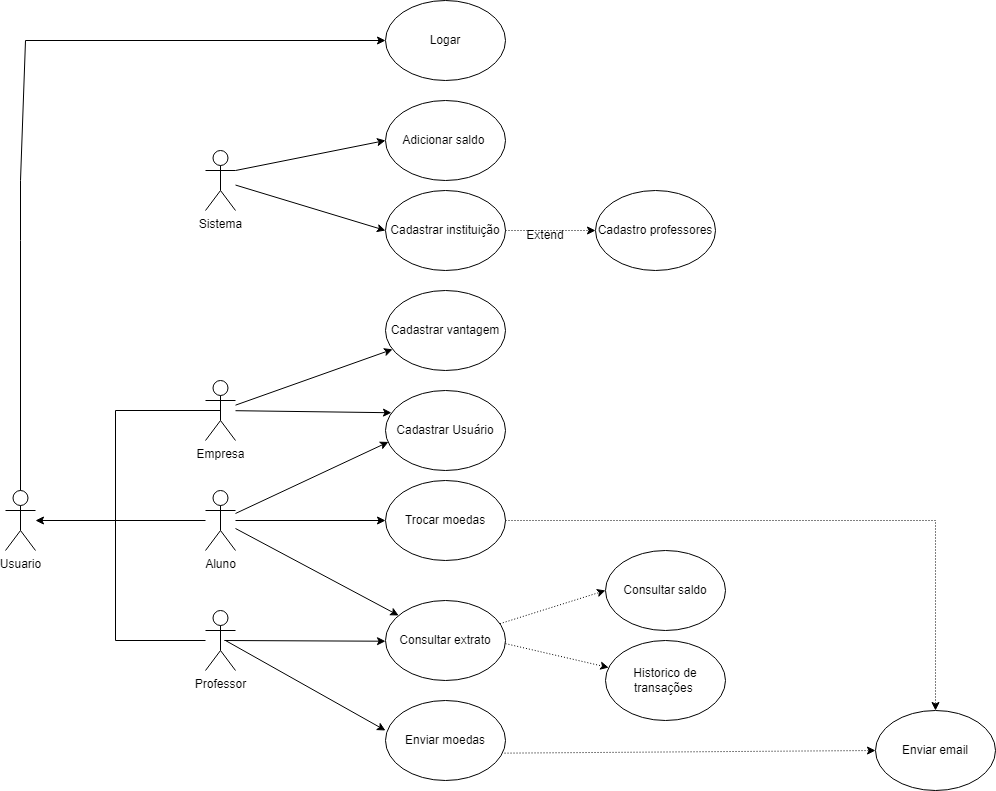
Before: Laboratório 03 - Sistema de Moeda Estudantil/projeto/Casos de uso lab3.png, a diagram exported from draw.io (jullysilva/Lab-Project-Software). Source tidied: cells renumbered, new cells last; positions are measured from the earlier drawing's top-left corner, leaving out a move shared by most shapes. The source it was exported from:
```xml
<mxGraphModel>
  <root>
    <mxCell id="0" />
    <mxCell id="1" parent="0" />
    <mxCell id="2" value="Aluno" style="shape=umlActor;verticalLabelPosition=bottom;verticalAlign=top;html=1;outlineConnect=0;" parent="1" vertex="1">
      <mxGeometry x="200" y="490" width="30" height="60" as="geometry" />
    </mxCell>
    <mxCell id="3" value="Professor" style="shape=umlActor;verticalLabelPosition=bottom;verticalAlign=top;html=1;outlineConnect=0;" parent="1" vertex="1">
      <mxGeometry x="200" y="610" width="30" height="60" as="geometry" />
    </mxCell>
    <mxCell id="4" value="Empresa" style="shape=umlActor;verticalLabelPosition=bottom;verticalAlign=top;html=1;outlineConnect=0;" parent="1" vertex="1">
      <mxGeometry x="200" y="380" width="30" height="60" as="geometry" />
    </mxCell>
    <mxCell id="5" value="Cadastrar Usuário" style="ellipse;whiteSpace=wrap;html=1;" parent="1" vertex="1">
      <mxGeometry x="380" y="390" width="120" height="80" as="geometry" />
    </mxCell>
    <mxCell id="6" value="Enviar moedas" style="ellipse;whiteSpace=wrap;html=1;" parent="1" vertex="1">
      <mxGeometry x="380" y="700" width="120" height="80" as="geometry" />
    </mxCell>
    <mxCell id="7" value="Cadastrar instituição" style="ellipse;whiteSpace=wrap;html=1;" parent="1" vertex="1">
      <mxGeometry x="380" y="190" width="120" height="80" as="geometry" />
    </mxCell>
    <mxCell id="8" value="Enviar email" style="ellipse;whiteSpace=wrap;html=1;" parent="1" vertex="1">
      <mxGeometry x="870" y="710" width="120" height="80" as="geometry" />
    </mxCell>
    <mxCell id="9" value="Consultar extrato" style="ellipse;whiteSpace=wrap;html=1;" parent="1" vertex="1">
      <mxGeometry x="380" y="600" width="120" height="80" as="geometry" />
    </mxCell>
    <mxCell id="10" value="Consultar saldo" style="ellipse;whiteSpace=wrap;html=1;" parent="1" vertex="1">
      <mxGeometry x="600" y="550" width="120" height="80" as="geometry" />
    </mxCell>
    <mxCell id="11" value="Historico de transações&amp;nbsp;" style="ellipse;whiteSpace=wrap;html=1;" parent="1" vertex="1">
      <mxGeometry x="600" y="640" width="120" height="80" as="geometry" />
    </mxCell>
    <mxCell id="12" style="endArrow=classic;html=1;rounded=0;entryX=0;entryY=0.5;entryDx=0;entryDy=0;dashed=1;dashPattern=1 2;" parent="1" edge="1" source="9" target="10">
      <mxGeometry relative="1" as="geometry" />
    </mxCell>
    <mxCell id="13" style="endArrow=classic;html=1;rounded=0;dashed=1;dashPattern=1 2;" parent="1" edge="1" target="11">
      <mxGeometry relative="1" as="geometry">
        <mxPoint x="500" y="643.1" as="sourcePoint" />
      </mxGeometry>
    </mxCell>
    <mxCell id="14" style="endArrow=classic;html=1;rounded=0;entryX=0.025;entryY=0.643;entryDx=0;entryDy=0;entryPerimeter=0;" parent="1" edge="1" source="2" target="5">
      <mxGeometry relative="1" as="geometry" />
    </mxCell>
    <mxCell id="15" style="endArrow=classic;html=1;rounded=0;" parent="1" edge="1" source="2" target="9">
      <mxGeometry relative="1" as="geometry" />
    </mxCell>
    <mxCell id="16" style="endArrow=classic;html=1;rounded=0;entryX=0.01;entryY=0.385;entryDx=0;entryDy=0;entryPerimeter=0;" parent="1" edge="1">
      <mxGeometry relative="1" as="geometry">
        <mxPoint x="218.8" y="640" as="sourcePoint" />
        <mxPoint x="380" y="640.7" as="targetPoint" />
      </mxGeometry>
    </mxCell>
    <mxCell id="17" value="Trocar moedas" style="ellipse;whiteSpace=wrap;html=1;" parent="1" vertex="1">
      <mxGeometry x="380" y="480" width="120" height="80" as="geometry" />
    </mxCell>
    <mxCell id="18" style="endArrow=classic;html=1;rounded=0;" parent="1" edge="1" source="2" target="17">
      <mxGeometry relative="1" as="geometry" />
    </mxCell>
    <mxCell id="19" value="Sistema" style="shape=umlActor;verticalLabelPosition=bottom;verticalAlign=top;html=1;outlineConnect=0;" parent="1" vertex="1">
      <mxGeometry x="200" y="150" width="30" height="60" as="geometry" />
    </mxCell>
    <mxCell id="20" style="endArrow=classic;html=1;rounded=0;entryX=0.05;entryY=0.278;entryDx=0;entryDy=0;entryPerimeter=0;" parent="1" edge="1" source="4" target="5">
      <mxGeometry relative="1" as="geometry" />
    </mxCell>
    <mxCell id="21" value="Usuario" style="shape=umlActor;verticalLabelPosition=bottom;verticalAlign=top;html=1;outlineConnect=0;" parent="1" vertex="1">
      <mxGeometry y="490" width="30" height="60" as="geometry" />
    </mxCell>
    <mxCell id="22" value="Logar" style="ellipse;whiteSpace=wrap;html=1;" parent="1" vertex="1">
      <mxGeometry x="380" width="120" height="80" as="geometry" />
    </mxCell>
    <mxCell id="23" style="endArrow=classic;html=1;rounded=0;entryX=0;entryY=0.5;entryDx=0;entryDy=0;exitX=0.5;exitY=0;exitDx=0;exitDy=0;exitPerimeter=0;" parent="1" edge="1" source="21" target="22">
      <mxGeometry relative="1" as="geometry">
        <Array as="points">
          <mxPoint x="15" y="240" />
          <mxPoint x="15" y="180" />
          <mxPoint x="20" y="40" />
        </Array>
      </mxGeometry>
    </mxCell>
    <mxCell id="24" style="endArrow=none;html=1;rounded=0;" parent="1" edge="1">
      <mxGeometry relative="1" as="geometry">
        <mxPoint x="110" y="640" as="sourcePoint" />
        <mxPoint x="110" y="410" as="targetPoint" />
      </mxGeometry>
    </mxCell>
    <mxCell id="25" style="endArrow=none;html=1;rounded=0;" parent="1" edge="1" target="3">
      <mxGeometry relative="1" as="geometry">
        <mxPoint x="110" y="640" as="sourcePoint" />
      </mxGeometry>
    </mxCell>
    <mxCell id="26" style="endArrow=classic;html=1;rounded=0;" parent="1" edge="1" target="21">
      <mxGeometry relative="1" as="geometry">
        <mxPoint x="110" y="520" as="sourcePoint" />
      </mxGeometry>
    </mxCell>
    <mxCell id="27" style="endArrow=none;html=1;rounded=0;" parent="1" edge="1" target="2">
      <mxGeometry relative="1" as="geometry">
        <mxPoint x="110" y="520" as="sourcePoint" />
      </mxGeometry>
    </mxCell>
    <mxCell id="28" style="endArrow=none;html=1;rounded=0;entryX=0.5;entryY=0.5;entryDx=0;entryDy=0;entryPerimeter=0;" parent="1" edge="1" target="4">
      <mxGeometry relative="1" as="geometry">
        <mxPoint x="110" y="410" as="sourcePoint" />
      </mxGeometry>
    </mxCell>
    <mxCell id="29" style="endArrow=classic;html=1;rounded=0;entryX=0;entryY=0.375;entryDx=0;entryDy=0;entryPerimeter=0;" parent="1" edge="1" target="6">
      <mxGeometry relative="1" as="geometry">
        <mxPoint x="220" y="640" as="sourcePoint" />
      </mxGeometry>
    </mxCell>
    <mxCell id="30" style="endArrow=classic;html=1;rounded=0;entryX=0;entryY=0.5;entryDx=0;entryDy=0;dashed=1;dashPattern=1 2;exitX=0.992;exitY=0.658;exitDx=0;exitDy=0;exitPerimeter=0;" parent="1" edge="1" source="6" target="8">
      <mxGeometry relative="1" as="geometry" />
    </mxCell>
    <mxCell id="31" value="Cadastro professores" style="ellipse;whiteSpace=wrap;html=1;" parent="1" vertex="1">
      <mxGeometry x="590" y="190" width="120" height="80" as="geometry" />
    </mxCell>
    <mxCell id="32" style="endArrow=classic;html=1;rounded=0;dashed=1;dashPattern=1 2;entryX=0;entryY=0.5;entryDx=0;entryDy=0;exitX=1;exitY=0.5;exitDx=0;exitDy=0;" parent="1" edge="1" source="7" target="31">
      <mxGeometry relative="1" as="geometry" />
    </mxCell>
    <mxCell id="33" value="Extend" style="text;html=1;strokeColor=none;fillColor=none;align=center;verticalAlign=middle;whiteSpace=wrap;rounded=0;" parent="1" vertex="1">
      <mxGeometry x="510" y="220" width="60" height="30" as="geometry" />
    </mxCell>
    <mxCell id="34" style="endArrow=classic;html=1;rounded=0;entryX=0;entryY=0.5;entryDx=0;entryDy=0;" parent="1" edge="1" source="19" target="7">
      <mxGeometry relative="1" as="geometry" />
    </mxCell>
    <mxCell id="35" value="Adicionar saldo&amp;nbsp;" style="ellipse;whiteSpace=wrap;html=1;" parent="1" vertex="1">
      <mxGeometry x="380" y="100" width="120" height="80" as="geometry" />
    </mxCell>
    <mxCell id="36" style="endArrow=classic;html=1;rounded=0;entryX=0;entryY=0.5;entryDx=0;entryDy=0;exitX=1;exitY=0.3333333333333333;exitDx=0;exitDy=0;exitPerimeter=0;" parent="1" edge="1" source="19" target="35">
      <mxGeometry relative="1" as="geometry" />
    </mxCell>
    <mxCell id="37" value="Cadastrar vantagem" style="ellipse;whiteSpace=wrap;html=1;" parent="1" vertex="1">
      <mxGeometry x="380" y="290" width="120" height="80" as="geometry" />
    </mxCell>
    <mxCell id="38" style="endArrow=classic;html=1;rounded=0;" parent="1" edge="1" source="4" target="37">
      <mxGeometry relative="1" as="geometry" />
    </mxCell>
    <mxCell id="39" style="endArrow=classic;html=1;rounded=0;entryX=0.5;entryY=0;entryDx=0;entryDy=0;dashed=1;dashPattern=1 2;" parent="1" edge="1" target="8">
      <mxGeometry relative="1" as="geometry">
        <mxPoint x="500" y="520" as="sourcePoint" />
        <Array as="points">
          <mxPoint x="930" y="520" />
        </Array>
      </mxGeometry>
    </mxCell>
  </root>
</mxGraphModel>
```
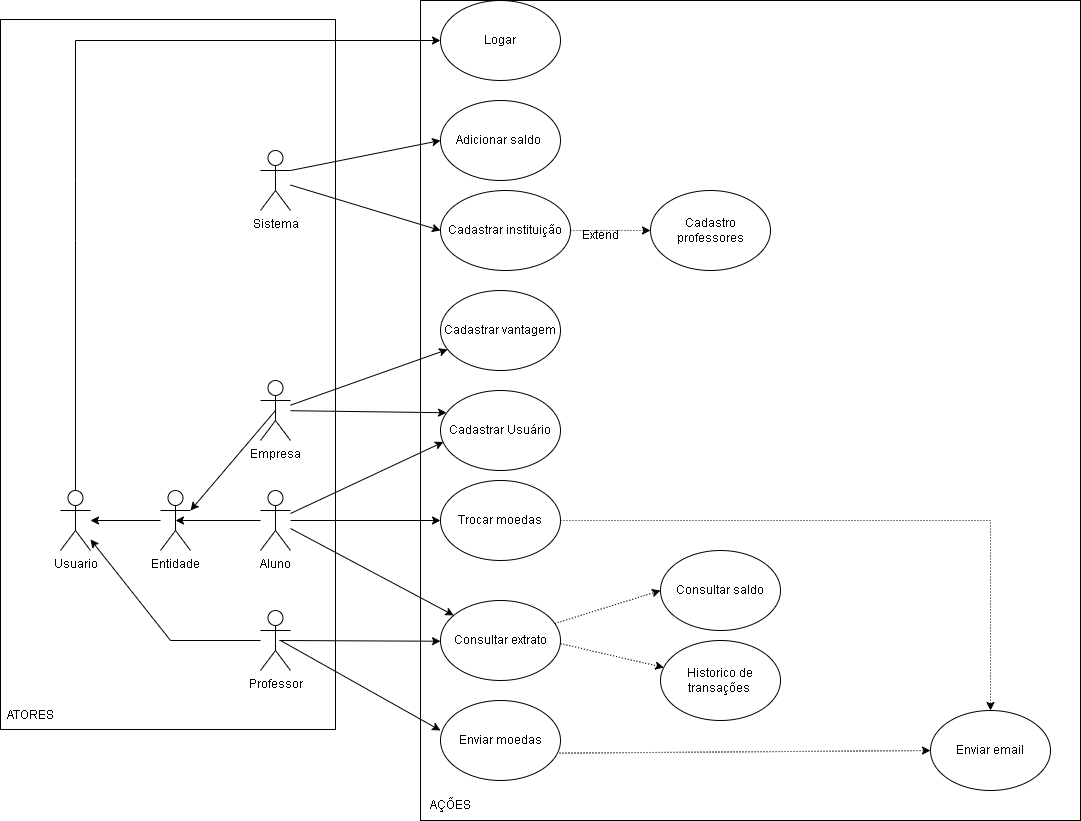
The same diagram one commit later.

Diff of the diagram source:
```diff
@@ -18,7 +18,7 @@
       <mxGeometry x="380" y="700" width="120" height="80" as="geometry" />
     </mxCell>
     <mxCell id="7" value="Cadastrar instituição" style="ellipse;whiteSpace=wrap;html=1;" parent="1" vertex="1">
-      <mxGeometry x="380" y="190" width="120" height="80" as="geometry" />
+      <mxGeometry x="380" y="190" width="130" height="80" as="geometry" />
     </mxCell>
     <mxCell id="8" value="Enviar email" style="ellipse;whiteSpace=wrap;html=1;" parent="1" vertex="1">
       <mxGeometry x="870" y="710" width="120" height="80" as="geometry" />
@@ -35,23 +35,23 @@
     <mxCell id="12" style="endArrow=classic;html=1;rounded=0;entryX=0;entryY=0.5;entryDx=0;entryDy=0;dashed=1;dashPattern=1 2;" parent="1" edge="1" source="9" target="10">
       <mxGeometry relative="1" as="geometry" />
     </mxCell>
-    <mxCell id="13" style="endArrow=classic;html=1;rounded=0;dashed=1;dashPattern=1 2;" parent="1" edge="1" target="11">
-      <mxGeometry relative="1" as="geometry">
-        <mxPoint x="500" y="643.1" as="sourcePoint" />
-      </mxGeometry>
-    </mxCell>
+    <mxCell id="40" style="endArrow=classic;html=1;rounded=0;dashed=1;dashPattern=1 2;" parent="1" edge="1" target="11">
+      <mxGeometry relative="1" as="geometry">
+        <mxPoint x="500" y="643.1" as="sourcePoint" />
+      </mxGeometry>
+    </mxCell>
     <mxCell id="14" style="endArrow=classic;html=1;rounded=0;entryX=0.025;entryY=0.643;entryDx=0;entryDy=0;entryPerimeter=0;" parent="1" edge="1" source="2" target="5">
       <mxGeometry relative="1" as="geometry" />
     </mxCell>
     <mxCell id="15" style="endArrow=classic;html=1;rounded=0;" parent="1" edge="1" source="2" target="9">
       <mxGeometry relative="1" as="geometry" />
     </mxCell>
-    <mxCell id="16" style="endArrow=classic;html=1;rounded=0;entryX=0.01;entryY=0.385;entryDx=0;entryDy=0;entryPerimeter=0;" parent="1" edge="1">
-      <mxGeometry relative="1" as="geometry">
-        <mxPoint x="218.8" y="640" as="sourcePoint" />
-        <mxPoint x="380" y="640.7" as="targetPoint" />
-      </mxGeometry>
-    </mxCell>
+    <mxCell id="41" style="endArrow=classic;html=1;rounded=0;entryX=0.01;entryY=0.385;entryDx=0;entryDy=0;entryPerimeter=0;" parent="1" edge="1">
+      <mxGeometry relative="1" as="geometry">
+        <mxPoint x="218.8" y="640" as="sourcePoint" />
+        <mxPoint x="380" y="640.7" as="targetPoint" />
+      </mxGeometry>
+    </mxCell>
     <mxCell id="17" value="Trocar moedas" style="ellipse;whiteSpace=wrap;html=1;" parent="1" vertex="1">
       <mxGeometry x="380" y="480" width="120" height="80" as="geometry" />
     </mxCell>
@@ -75,41 +75,23 @@
         <Array as="points">
           <mxPoint x="15" y="240" />
           <mxPoint x="15" y="180" />
-          <mxPoint x="20" y="40" />
+          <mxPoint x="15" y="40" />
         </Array>
       </mxGeometry>
     </mxCell>
-    <mxCell id="24" style="endArrow=none;html=1;rounded=0;" parent="1" edge="1">
-      <mxGeometry relative="1" as="geometry">
-        <mxPoint x="110" y="640" as="sourcePoint" />
-        <mxPoint x="110" y="410" as="targetPoint" />
-      </mxGeometry>
-    </mxCell>
-    <mxCell id="25" style="endArrow=none;html=1;rounded=0;" parent="1" edge="1" target="3">
-      <mxGeometry relative="1" as="geometry">
-        <mxPoint x="110" y="640" as="sourcePoint" />
-      </mxGeometry>
-    </mxCell>
-    <mxCell id="26" style="endArrow=classic;html=1;rounded=0;" parent="1" edge="1" target="21">
-      <mxGeometry relative="1" as="geometry">
-        <mxPoint x="110" y="520" as="sourcePoint" />
-      </mxGeometry>
-    </mxCell>
-    <mxCell id="27" style="endArrow=none;html=1;rounded=0;" parent="1" edge="1" target="2">
-      <mxGeometry relative="1" as="geometry">
-        <mxPoint x="110" y="520" as="sourcePoint" />
-      </mxGeometry>
-    </mxCell>
-    <mxCell id="28" style="endArrow=none;html=1;rounded=0;entryX=0.5;entryY=0.5;entryDx=0;entryDy=0;entryPerimeter=0;" parent="1" edge="1" target="4">
-      <mxGeometry relative="1" as="geometry">
-        <mxPoint x="110" y="410" as="sourcePoint" />
-      </mxGeometry>
-    </mxCell>
-    <mxCell id="29" style="endArrow=classic;html=1;rounded=0;entryX=0;entryY=0.375;entryDx=0;entryDy=0;entryPerimeter=0;" parent="1" edge="1" target="6">
-      <mxGeometry relative="1" as="geometry">
-        <mxPoint x="220" y="640" as="sourcePoint" />
-      </mxGeometry>
-    </mxCell>
+    <mxCell id="42" style="endArrow=none;html=1;rounded=0;" parent="1" edge="1" target="3">
+      <mxGeometry relative="1" as="geometry">
+        <mxPoint x="110" y="640" as="sourcePoint" />
+      </mxGeometry>
+    </mxCell>
+    <mxCell id="43" style="endArrow=classic;html=1;rounded=0;" parent="1" edge="1" source="50" target="21">
+      <mxGeometry relative="1" as="geometry" />
+    </mxCell>
+    <mxCell id="44" style="endArrow=classic;html=1;rounded=0;entryX=0;entryY=0.375;entryDx=0;entryDy=0;entryPerimeter=0;" parent="1" edge="1" target="6">
+      <mxGeometry relative="1" as="geometry">
+        <mxPoint x="220" y="640" as="sourcePoint" />
+      </mxGeometry>
+    </mxCell>
     <mxCell id="30" style="endArrow=classic;html=1;rounded=0;entryX=0;entryY=0.5;entryDx=0;entryDy=0;dashed=1;dashPattern=1 2;exitX=0.992;exitY=0.658;exitDx=0;exitDy=0;exitPerimeter=0;" parent="1" edge="1" source="6" target="8">
       <mxGeometry relative="1" as="geometry" />
     </mxCell>
@@ -137,13 +119,39 @@
     <mxCell id="38" style="endArrow=classic;html=1;rounded=0;" parent="1" edge="1" source="4" target="37">
       <mxGeometry relative="1" as="geometry" />
     </mxCell>
-    <mxCell id="39" style="endArrow=classic;html=1;rounded=0;entryX=0.5;entryY=0;entryDx=0;entryDy=0;dashed=1;dashPattern=1 2;" parent="1" edge="1" target="8">
-      <mxGeometry relative="1" as="geometry">
-        <mxPoint x="500" y="520" as="sourcePoint" />
-        <Array as="points">
-          <mxPoint x="930" y="520" />
-        </Array>
-      </mxGeometry>
-    </mxCell>
+    <mxCell id="45" style="endArrow=classic;html=1;rounded=0;entryX=0.5;entryY=0;entryDx=0;entryDy=0;dashed=1;dashPattern=1 2;" parent="1" edge="1" target="8">
+      <mxGeometry relative="1" as="geometry">
+        <mxPoint x="500" y="520" as="sourcePoint" />
+        <Array as="points">
+          <mxPoint x="930" y="520" />
+        </Array>
+      </mxGeometry>
+    </mxCell>
+    <mxCell id="46" style="rounded=0;whiteSpace=wrap;html=1;fillColor=none;" parent="1" vertex="1">
+      <mxGeometry x="-60" y="19" width="335" height="710" as="geometry" />
+    </mxCell>
+    <mxCell id="47" value="ATORES" style="text;html=1;strokeColor=none;fillColor=none;align=center;verticalAlign=middle;whiteSpace=wrap;rounded=0;" parent="1" vertex="1">
+      <mxGeometry x="-60" y="700" width="60" height="30" as="geometry" />
+    </mxCell>
+    <mxCell id="48" style="rounded=0;whiteSpace=wrap;html=1;fillColor=none;" parent="1" vertex="1">
+      <mxGeometry x="360" width="660" height="820" as="geometry" />
+    </mxCell>
+    <mxCell id="49" value="AÇÕES" style="text;html=1;strokeColor=none;fillColor=none;align=center;verticalAlign=middle;whiteSpace=wrap;rounded=0;" parent="1" vertex="1">
+      <mxGeometry x="360" y="790" width="60" height="30" as="geometry" />
+    </mxCell>
+    <mxCell id="50" value="Entidade" style="shape=umlActor;verticalLabelPosition=bottom;verticalAlign=top;html=1;outlineConnect=0;fillColor=none;" parent="1" vertex="1">
+      <mxGeometry x="100" y="490" width="30" height="60" as="geometry" />
+    </mxCell>
+    <mxCell id="51" style="endArrow=classic;html=1;rounded=0;" parent="1" edge="1" target="21">
+      <mxGeometry relative="1" as="geometry">
+        <mxPoint x="110" y="640" as="sourcePoint" />
+      </mxGeometry>
+    </mxCell>
+    <mxCell id="52" style="endArrow=classic;html=1;rounded=0;entryX=1;entryY=0.3333333333333333;entryDx=0;entryDy=0;entryPerimeter=0;exitX=0.5;exitY=0.5;exitDx=0;exitDy=0;exitPerimeter=0;" parent="1" edge="1" source="4" target="50">
+      <mxGeometry relative="1" as="geometry" />
+    </mxCell>
+    <mxCell id="53" style="endArrow=classic;html=1;rounded=0;entryX=0.5;entryY=0.5;entryDx=0;entryDy=0;entryPerimeter=0;" parent="1" edge="1" source="2" target="50">
+      <mxGeometry relative="1" as="geometry" />
+    </mxCell>
   </root>
 </mxGraphModel>
```
